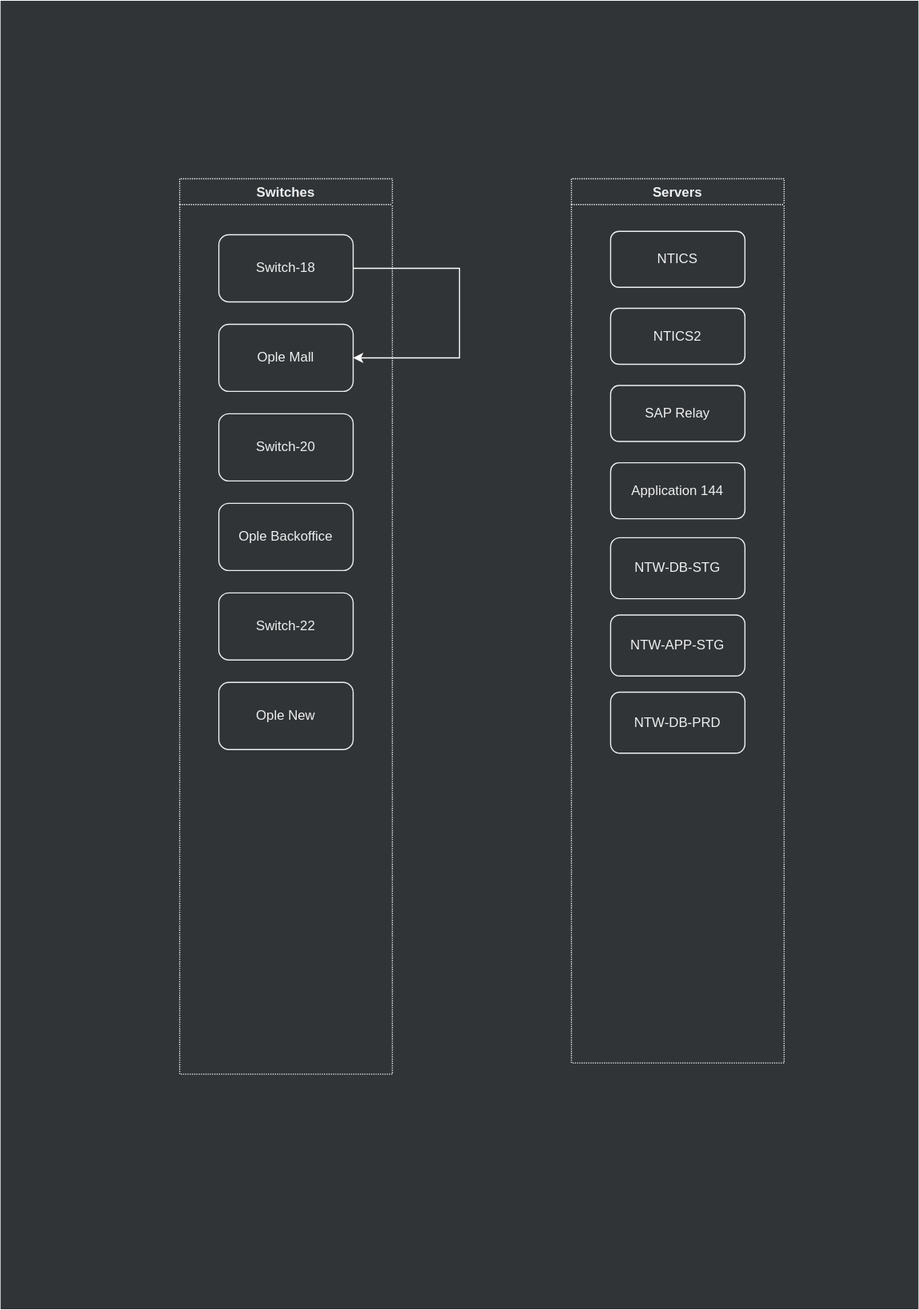
This is assets/.draw.io/references/cypress-lan-structure-diagram.svg from jiholee-ntwglobal/jiholee-ntwglobal.github.io, a draw.io export, as it was before one commit. Source tidied: cells renumbered, new cells last; positions are measured from the earlier drawing's top-left corner, leaving out a move shared by most shapes.
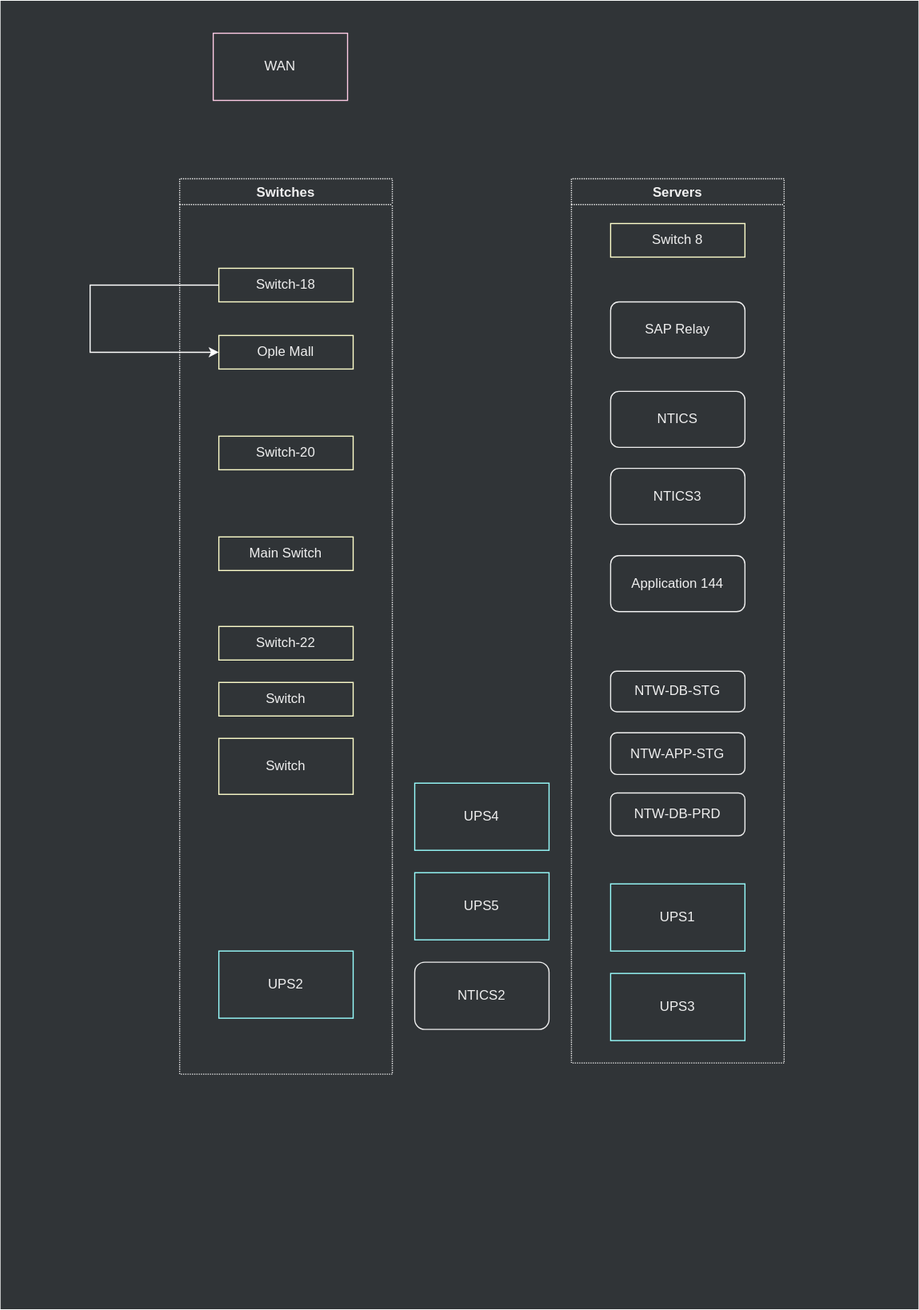
Later version of the same file.

The edit, as a diff of the source:
```diff
@@ -8,55 +8,82 @@
     <mxCell id="3" value="Switches" style="swimlane;rounded=0;strokeColor=#F0F0F0;fontColor=#F0F0F0;dashed=1;dashPattern=1 1;fillColor=#303437;swimlaneFillColor=#303437;" parent="1" vertex="1">
       <mxGeometry x="160" y="159" width="190" height="800" as="geometry" />
     </mxCell>
-    <mxCell id="4" style="edgeStyle=orthogonalEdgeStyle;rounded=0;jettySize=auto;html=1;entryX=1;entryY=0.5;entryDx=0;entryDy=0;exitX=1;exitY=0.5;exitDx=0;exitDy=0;fillColor=#60a917;strokeColor=#FFFFFF;" parent="3" edge="1" source="5" target="6">
+    <mxCell id="4" style="edgeStyle=orthogonalEdgeStyle;rounded=0;jettySize=auto;html=1;exitX=0;exitY=0.5;exitDx=0;exitDy=0;fillColor=#60a917;strokeColor=#FFFFFF;entryX=0;entryY=0.5;entryDx=0;entryDy=0;" parent="3" edge="1" source="5" target="6">
       <mxGeometry relative="1" as="geometry">
         <Array as="points">
-          <mxPoint x="250" y="80" />
-          <mxPoint x="250" y="160" />
+          <mxPoint x="-80" y="95" />
+          <mxPoint x="-80" y="155" />
         </Array>
       </mxGeometry>
     </mxCell>
-    <mxCell id="5" value="Switch-18" style="rounded=1;whiteSpace=wrap;html=1;strokeColor=#F0F0F0;fillColor=none;fontColor=#F0F0F0;" parent="3" vertex="1">
-      <mxGeometry x="35" y="50" width="120" height="60" as="geometry" />
+    <mxCell id="5" value="Switch-18" style="rounded=0;whiteSpace=wrap;html=1;fillColor=none;fontColor=#F0F0F0;strokeColor=#FFFFCC;" parent="3" vertex="1">
+      <mxGeometry x="35" y="80" width="120" height="30" as="geometry" />
     </mxCell>
-    <mxCell id="6" value="Ople Mall" style="rounded=1;whiteSpace=wrap;html=1;strokeColor=#F0F0F0;fillColor=none;fontColor=#F0F0F0;" parent="3" vertex="1">
-      <mxGeometry x="35" y="130" width="120" height="60" as="geometry" />
+    <mxCell id="6" value="Ople Mall" style="rounded=0;whiteSpace=wrap;html=1;fillColor=none;fontColor=#F0F0F0;strokeColor=#FFFFCC;" parent="3" vertex="1">
+      <mxGeometry x="35" y="140" width="120" height="30" as="geometry" />
     </mxCell>
-    <mxCell id="7" value="Switch-20" style="rounded=1;whiteSpace=wrap;html=1;strokeColor=#F0F0F0;fillColor=none;fontColor=#F0F0F0;" parent="3" vertex="1">
-      <mxGeometry x="35" y="210" width="120" height="60" as="geometry" />
+    <mxCell id="7" value="Switch-20" style="rounded=0;whiteSpace=wrap;html=1;fillColor=none;fontColor=#F0F0F0;strokeColor=#FFFFCC;" parent="3" vertex="1">
+      <mxGeometry x="35" y="230" width="120" height="30" as="geometry" />
     </mxCell>
-    <mxCell id="8" value="Ople Backoffice" style="rounded=1;whiteSpace=wrap;html=1;strokeColor=#F0F0F0;fillColor=none;fontColor=#F0F0F0;" parent="3" vertex="1">
-      <mxGeometry x="35" y="290" width="120" height="60" as="geometry" />
+    <mxCell id="8" value="Main Switch" style="rounded=0;whiteSpace=wrap;html=1;fillColor=none;fontColor=#F0F0F0;strokeColor=#FFFFCC;" parent="3" vertex="1">
+      <mxGeometry x="35" y="320" width="120" height="30" as="geometry" />
     </mxCell>
-    <mxCell id="9" value="Switch-22" style="rounded=1;whiteSpace=wrap;html=1;strokeColor=#F0F0F0;fillColor=none;fontColor=#F0F0F0;" parent="3" vertex="1">
-      <mxGeometry x="35" y="370" width="120" height="60" as="geometry" />
+    <mxCell id="9" value="Switch-22" style="rounded=0;whiteSpace=wrap;html=1;fillColor=none;fontColor=#F0F0F0;strokeColor=#FFFFCC;" parent="3" vertex="1">
+      <mxGeometry x="35" y="400" width="120" height="30" as="geometry" />
     </mxCell>
-    <mxCell id="10" value="Ople New" style="rounded=1;whiteSpace=wrap;html=1;strokeColor=#F0F0F0;fillColor=none;fontColor=#F0F0F0;" parent="3" vertex="1">
-      <mxGeometry x="35" y="450" width="120" height="60" as="geometry" />
+    <mxCell id="10" value="Switch" style="rounded=0;whiteSpace=wrap;html=1;fillColor=none;fontColor=#F0F0F0;strokeColor=#FFFFCC;" parent="3" vertex="1">
+      <mxGeometry x="35" y="450" width="120" height="30" as="geometry" />
     </mxCell>
+    <mxCell id="19" value="UPS2" style="rounded=0;whiteSpace=wrap;html=1;fillColor=none;fontColor=#F0F0F0;strokeColor=#99FFFF;" parent="3" vertex="1">
+      <mxGeometry x="35" y="690" width="120" height="60" as="geometry" />
+    </mxCell>
+    <mxCell id="20" value="Switch" style="rounded=0;whiteSpace=wrap;html=1;fillColor=none;fontColor=#F0F0F0;strokeColor=#FFFFCC;" parent="3" vertex="1">
+      <mxGeometry x="35" y="500" width="120" height="50" as="geometry" />
+    </mxCell>
     <mxCell id="11" value="Servers" style="swimlane;rounded=0;strokeColor=#F0F0F0;fontColor=#F0F0F0;dashed=1;dashPattern=1 1;swimlaneFillColor=#303437;fillColor=#303437;" parent="1" vertex="1">
       <mxGeometry x="510" y="159" width="190" height="790" as="geometry" />
     </mxCell>
     <mxCell id="12" value="NTICS" style="rounded=1;whiteSpace=wrap;html=1;strokeColor=#F0F0F0;fillColor=none;fontColor=#F0F0F0;" parent="11" vertex="1">
-      <mxGeometry x="35" y="47" width="120" height="50" as="geometry" />
+      <mxGeometry x="35" y="190" width="120" height="50" as="geometry" />
     </mxCell>
-    <mxCell id="13" value="NTICS2" style="rounded=1;whiteSpace=wrap;html=1;strokeColor=#F0F0F0;fillColor=none;fontColor=#F0F0F0;" parent="11" vertex="1">
-      <mxGeometry x="35" y="115.8" width="120" height="50" as="geometry" />
+    <mxCell id="13" value="NTICS3" style="rounded=1;whiteSpace=wrap;html=1;strokeColor=#F0F0F0;fillColor=none;fontColor=#F0F0F0;" parent="11" vertex="1">
+      <mxGeometry x="35" y="258.8" width="120" height="50" as="geometry" />
     </mxCell>
     <mxCell id="14" value="SAP Relay" style="rounded=1;whiteSpace=wrap;html=1;strokeColor=#F0F0F0;fillColor=none;fontColor=#F0F0F0;" parent="11" vertex="1">
-      <mxGeometry x="35" y="184.8" width="120" height="50" as="geometry" />
+      <mxGeometry x="35" y="110" width="120" height="50" as="geometry" />
     </mxCell>
     <mxCell id="15" value="Application 144" style="rounded=1;whiteSpace=wrap;html=1;strokeColor=#F0F0F0;fillColor=none;fontColor=#F0F0F0;" parent="11" vertex="1">
-      <mxGeometry x="35" y="253.8" width="120" height="50" as="geometry" />
+      <mxGeometry x="35" y="336.8" width="120" height="50" as="geometry" />
     </mxCell>
     <mxCell id="16" value="NTW-DB-STG" style="rounded=1;whiteSpace=wrap;html=1;strokeColor=#F0F0F0;fillColor=none;fontColor=#F0F0F0;" parent="11" vertex="1">
-      <mxGeometry x="35" y="320.8" width="120" height="54.5" as="geometry" />
+      <mxGeometry x="35" y="440" width="120" height="36.2" as="geometry" />
     </mxCell>
     <mxCell id="17" value="NTW-APP-STG" style="rounded=1;whiteSpace=wrap;html=1;strokeColor=#F0F0F0;fillColor=none;fontColor=#F0F0F0;" parent="11" vertex="1">
-      <mxGeometry x="35" y="389.8" width="120" height="54.5" as="geometry" />
+      <mxGeometry x="35" y="495" width="120" height="37.2" as="geometry" />
     </mxCell>
     <mxCell id="18" value="NTW-DB-PRD" style="rounded=1;whiteSpace=wrap;html=1;strokeColor=#F0F0F0;fillColor=none;fontColor=#F0F0F0;" parent="11" vertex="1">
-      <mxGeometry x="35" y="458.8" width="120" height="54.5" as="geometry" />
+      <mxGeometry x="35" y="548.8" width="120" height="38.2" as="geometry" />
     </mxCell>
+    <mxCell id="21" value="UPS1" style="rounded=0;whiteSpace=wrap;html=1;fillColor=none;fontColor=#F0F0F0;strokeColor=#99FFFF;" parent="11" vertex="1">
+      <mxGeometry x="35" y="630" width="120" height="60" as="geometry" />
+    </mxCell>
+    <mxCell id="22" value="UPS3" style="rounded=0;whiteSpace=wrap;html=1;fillColor=none;fontColor=#F0F0F0;strokeColor=#99FFFF;" parent="11" vertex="1">
+      <mxGeometry x="35" y="710" width="120" height="60" as="geometry" />
+    </mxCell>
+    <mxCell id="23" value="Switch 8" style="rounded=0;whiteSpace=wrap;html=1;fillColor=none;fontColor=#F0F0F0;strokeColor=#FFFFCC;" parent="11" vertex="1">
+      <mxGeometry x="35" y="40" width="120" height="30" as="geometry" />
+    </mxCell>
+    <mxCell id="24" value="NTICS2" style="rounded=1;whiteSpace=wrap;html=1;strokeColor=#F0F0F0;fillColor=none;fontColor=#F0F0F0;" parent="1" vertex="1">
+      <mxGeometry x="370" y="859" width="120" height="60" as="geometry" />
+    </mxCell>
+    <mxCell id="25" value="UPS4" style="rounded=0;whiteSpace=wrap;html=1;fillColor=none;fontColor=#F0F0F0;strokeColor=#99FFFF;" parent="1" vertex="1">
+      <mxGeometry x="370" y="699" width="120" height="60" as="geometry" />
+    </mxCell>
+    <mxCell id="26" value="UPS5" style="rounded=0;whiteSpace=wrap;html=1;fillColor=none;fontColor=#F0F0F0;strokeColor=#99FFFF;" parent="1" vertex="1">
+      <mxGeometry x="370" y="779" width="120" height="60" as="geometry" />
+    </mxCell>
+    <mxCell id="27" value="WAN" style="rounded=0;whiteSpace=wrap;html=1;fillColor=none;fontColor=#F0F0F0;strokeColor=#FFCCE6;" parent="1" vertex="1">
+      <mxGeometry x="190" y="29" width="120" height="60" as="geometry" />
+    </mxCell>
   </root>
 </mxGraphModel>
```
